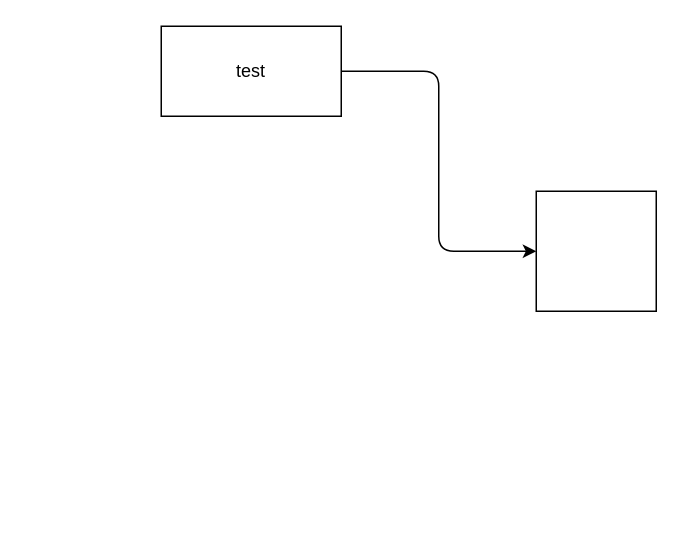
Earlier version of the draw.io diagram test.drawio (loveloper44/draw-io-test). Source tidied: cells renumbered, new cells numbered last; positions are measured from the earlier drawing's top-left corner, leaving out a move shared by most shapes. Both pictures are drawn from the tidied source at 150%, with x=0, y=0 at pixel (160, 26).
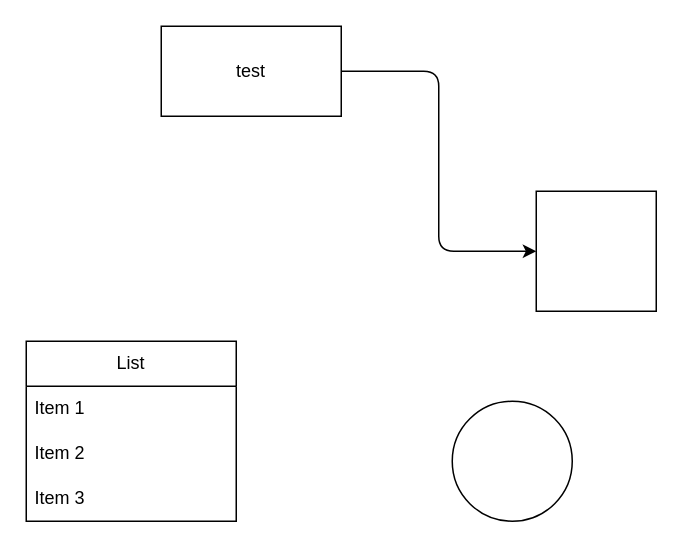
The same diagram, later.

Change to the diagram source:
```diff
@@
 <mxGraphModel>
   <root>
     <mxCell id="0" />
     <mxCell id="1" parent="0" />
     <mxCell id="2" style="edgeStyle=orthogonalEdgeStyle;html=1;entryX=0;entryY=0.5;entryDx=0;entryDy=0;" parent="1" edge="1" source="3" target="4">
       <mxGeometry relative="1" as="geometry" />
     </mxCell>
     <mxCell id="3" value="test" style="rounded=0;whiteSpace=wrap;html=1;" parent="1" vertex="1">
       <mxGeometry width="120" height="60" as="geometry" />
     </mxCell>
     <mxCell id="4" style="whiteSpace=wrap;html=1;" parent="1" vertex="1">
       <mxGeometry x="250" y="110" width="80" height="80" as="geometry" />
     </mxCell>
+    <mxCell id="5" value="List" style="swimlane;fontStyle=0;horizontal=1;startSize=30;whiteSpace=wrap;html=1;" parent="1" vertex="1">
+      <mxGeometry x="-90" y="210" width="140" height="120" as="geometry" />
+    </mxCell>
+    <mxCell id="6" value="Item 1" style="text;strokeColor=none;fillColor=none;align=left;verticalAlign=middle;spacingLeft=4;spacingRight=4;overflow=hidden;whiteSpace=wrap;html=1;" parent="5" vertex="1">
+      <mxGeometry y="30" width="140" height="30" as="geometry" />
+    </mxCell>
+    <mxCell id="7" value="Item 2" style="text;strokeColor=none;fillColor=none;align=left;verticalAlign=middle;spacingLeft=4;spacingRight=4;overflow=hidden;whiteSpace=wrap;html=1;" parent="5" vertex="1">
+      <mxGeometry y="60" width="140" height="30" as="geometry" />
+    </mxCell>
+    <mxCell id="8" value="Item 3" style="text;strokeColor=none;fillColor=none;align=left;verticalAlign=middle;spacingLeft=4;spacingRight=4;overflow=hidden;whiteSpace=wrap;html=1;" parent="5" vertex="1">
+      <mxGeometry y="90" width="140" height="30" as="geometry" />
+    </mxCell>
+    <mxCell id="9" style="ellipse;whiteSpace=wrap;html=1;" parent="1" vertex="1">
+      <mxGeometry x="194" y="250" width="80" height="80" as="geometry" />
+    </mxCell>
   </root>
 </mxGraphModel>
```
